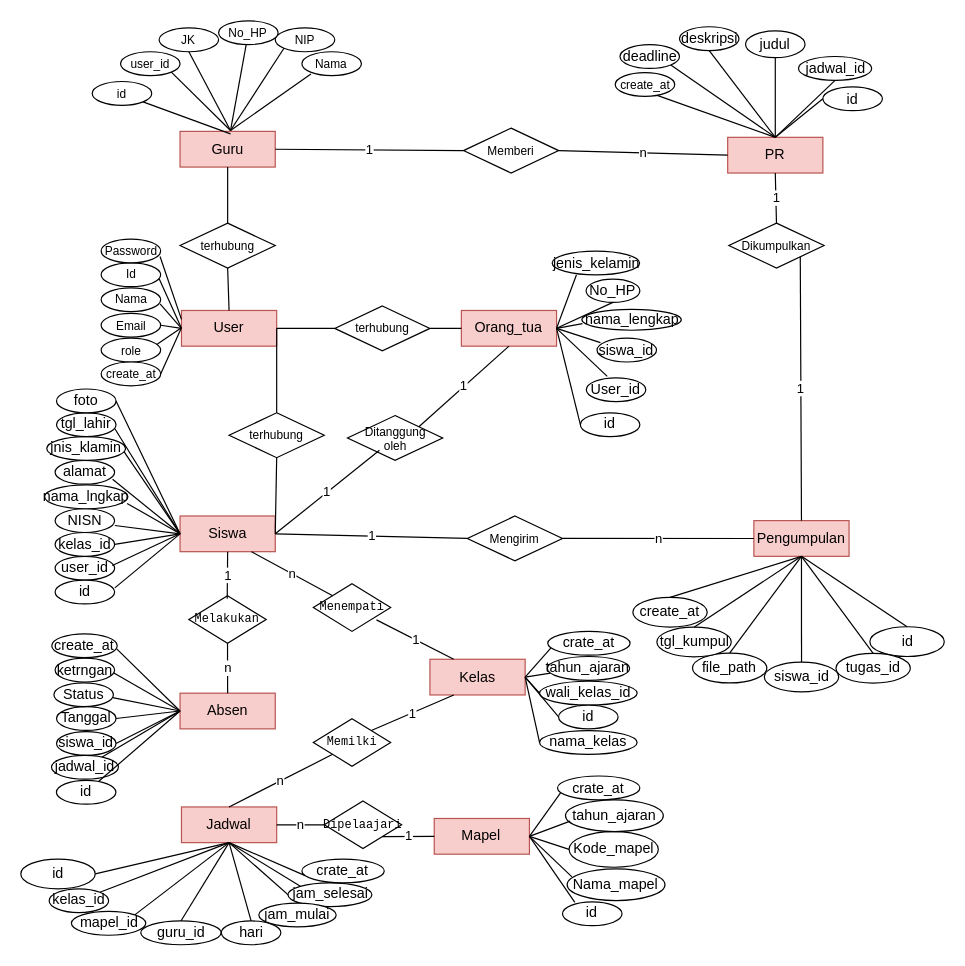
This is page "Halaman-4" (3 of 4) of Diagram Tanpa Judul.drawio from bayudani/diagram, a draw.io file, before an edit. Source tidied: cells renumbered, new cells numbered last; positions are measured from the earlier drawing's top-left corner, leaving out a move shared by most shapes. Both pictures are drawn from the tidied source at 119%, with x=0, y=0 at pixel (20, 20).
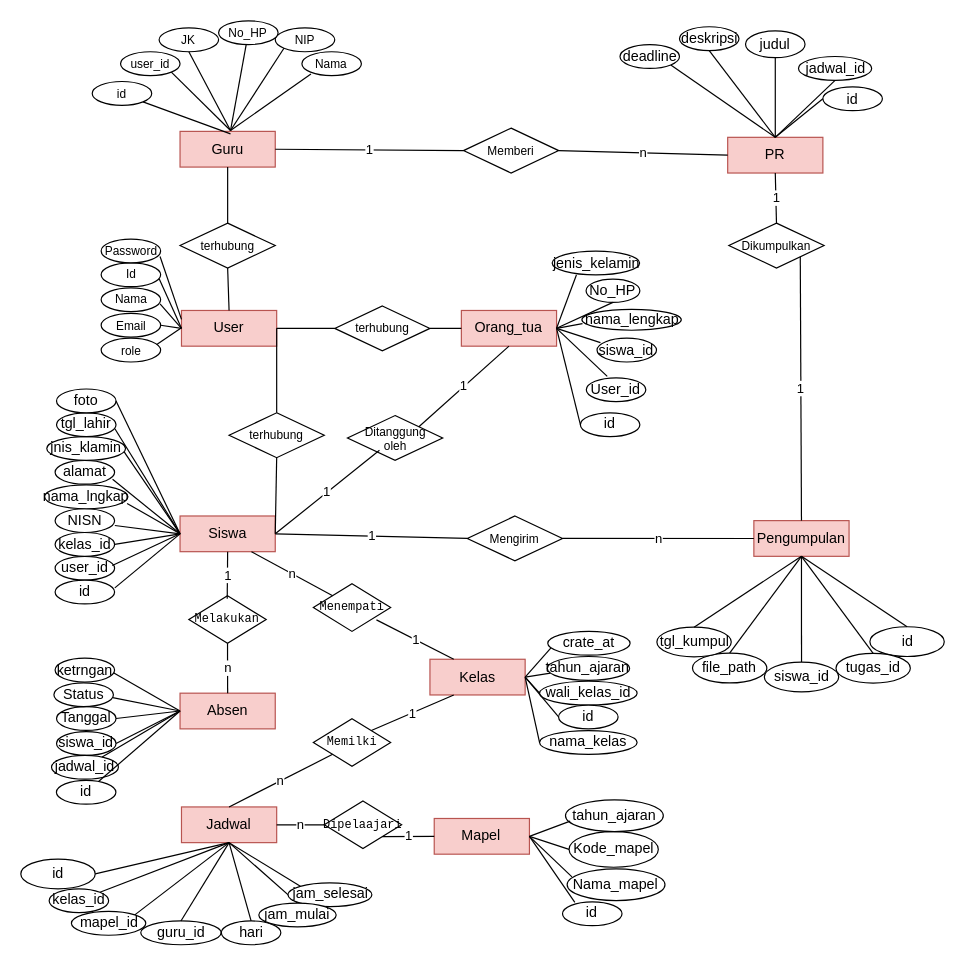
The same page after the edit.

The change refers to these unchanged cells:
```xml
<mxCell id="4" value="Jadwal" style="rounded=0;whiteSpace=wrap;html=1;fillColor=#f8cecc;strokeColor=#b85450;" parent="1" vertex="1">
  <mxGeometry x="135" y="660.6" width="80" height="30" as="geometry" />
</mxCell>
<mxCell id="5" value="Mapel" style="rounded=0;whiteSpace=wrap;html=1;fillColor=#f8cecc;strokeColor=#b85450;" parent="1" vertex="1">
  <mxGeometry x="347.4" y="670.3" width="80" height="30" as="geometry" />
</mxCell>
<mxCell id="6" value="Absen" style="rounded=0;whiteSpace=wrap;html=1;fillColor=#f8cecc;strokeColor=#b85450;" parent="1" vertex="1">
  <mxGeometry x="133.8" y="565" width="80" height="30" as="geometry" />
</mxCell>
<mxCell id="88" value="PR" style="rounded=0;whiteSpace=wrap;html=1;fillColor=#f8cecc;strokeColor=#b85450;" parent="1" vertex="1">
  <mxGeometry x="594" y="97.9" width="80" height="30" as="geometry" />
</mxCell>
<mxCell id="103" value="Pengumpulan" style="rounded=0;whiteSpace=wrap;html=1;fillColor=#f8cecc;strokeColor=#b85450;" parent="1" vertex="1">
  <mxGeometry x="616" y="420" width="80" height="30" as="geometry" />
</mxCell>
```

What changed in the source:
```diff
@@
-    <mxCell id="148" value="create_at" style="ellipse;whiteSpace=wrap;html=1;fontSize=10;" parent="1" vertex="1">
-      <mxGeometry x="67.5" y="286.7" width="50" height="20" as="geometry" />
-    </mxCell>
-    <mxCell id="149" style="endArrow=none;html=1;rounded=0;entryX=1;entryY=0.5;entryDx=0;entryDy=0;" parent="1" edge="1" target="148">
-      <mxGeometry relative="1" as="geometry">
-        <mxPoint x="135" y="258" as="sourcePoint" />
-      </mxGeometry>
-    </mxCell>
@@
-    <mxCell id="152" style="endArrow=none;html=1;rounded=0;entryX=0.693;entryY=0.947;entryDx=0;entryDy=0;entryPerimeter=0;exitX=0.5;exitY=0;exitDx=0;exitDy=0;" parent="1" edge="1" source="88" target="153">
-      <mxGeometry relative="1" as="geometry" />
-    </mxCell>
-    <mxCell id="153" value="create_at" style="ellipse;whiteSpace=wrap;html=1;fontSize=10;" parent="1" vertex="1">
-      <mxGeometry x="499.5" y="43.5" width="50" height="20" as="geometry" />
-    </mxCell>
@@
-    <mxCell id="160" style="endArrow=none;html=1;rounded=0;entryX=0.5;entryY=0;entryDx=0;entryDy=0;exitX=0.5;exitY=1;exitDx=0;exitDy=0;" parent="1" edge="1" source="103" target="161">
-      <mxGeometry relative="1" as="geometry" />
-    </mxCell>
-    <mxCell id="161" value="create_at" style="ellipse;whiteSpace=wrap;html=1;" parent="1" vertex="1">
-      <mxGeometry x="514.3" y="484.5" width="62.5" height="25" as="geometry" />
-    </mxCell>
@@
-    <mxCell id="166" value="create_at" style="ellipse;whiteSpace=wrap;html=1;" parent="1" vertex="1">
-      <mxGeometry x="26" y="515.1" width="55" height="20" as="geometry" />
-    </mxCell>
-    <mxCell id="167" style="endArrow=none;html=1;rounded=0;entryX=0;entryY=0.5;entryDx=0;entryDy=0;exitX=0.988;exitY=0.623;exitDx=0;exitDy=0;exitPerimeter=0;" parent="1" edge="1" source="166" target="6">
-      <mxGeometry relative="1" as="geometry" />
-    </mxCell>
@@
-    <mxCell id="170" value="crate_at" style="ellipse;whiteSpace=wrap;html=1;" parent="1" vertex="1">
-      <mxGeometry x="451" y="634.6" width="69.2" height="20" as="geometry" />
-    </mxCell>
-    <mxCell id="171" style="endArrow=none;html=1;rounded=0;entryX=0.039;entryY=0.696;entryDx=0;entryDy=0;exitX=1;exitY=0.5;exitDx=0;exitDy=0;entryPerimeter=0;" parent="1" edge="1" source="5" target="170">
-      <mxGeometry relative="1" as="geometry" />
-    </mxCell>
-    <mxCell id="172" value="crate_at" style="ellipse;whiteSpace=wrap;html=1;" parent="1" vertex="1">
-      <mxGeometry x="236.2" y="704.4" width="69.2" height="20" as="geometry" />
-    </mxCell>
-    <mxCell id="173" style="endArrow=none;html=1;rounded=0;entryX=0.039;entryY=0.696;entryDx=0;entryDy=0;exitX=0.5;exitY=1;exitDx=0;exitDy=0;entryPerimeter=0;" parent="1" edge="1" source="4" target="172">
-      <mxGeometry relative="1" as="geometry" />
-    </mxCell>
```
